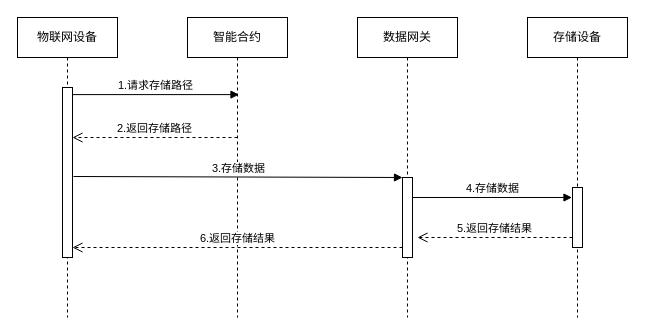
This is 基于区块链的物联网数据扩容存储方法、系统及计算设备-时序图.drawio from ForLina/sxc_contract, a draw.io file, before an edit. Source tidied: cells renumbered, new cells numbered last; positions are measured from the earlier drawing's top-left corner, leaving out a move shared by most shapes. Both pictures are drawn from the tidied source at 100%, with x=0, y=0 at pixel (17, 17).
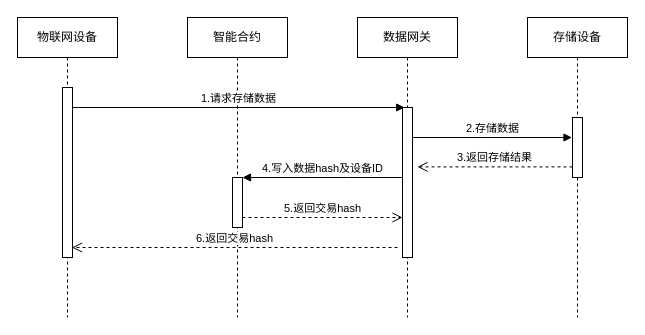
The same page after the edit.

Commit message:
更新基于区块链的物联网数据扩容存储方法、系统及计算设备-时序图.drawio

The change refers to these unchanged cells:
```xml
<mxCell id="3" style="html=1;points=[[0,0,0,0,5],[0,1,0,0,-5],[1,0,0,0,5],[1,1,0,0,-5]];perimeter=orthogonalPerimeter;outlineConnect=0;targetShapes=umlLifeline;portConstraint=eastwest;newEdgeStyle={&quot;curved&quot;:0,&quot;rounded&quot;:0};" parent="2" vertex="1">
  <mxGeometry x="45" y="70" width="10" height="170" as="geometry" />
</mxCell>
<mxCell id="4" value="智能合约" style="shape=umlLifeline;perimeter=lifelinePerimeter;whiteSpace=wrap;html=1;outlineConnect=0;portConstraint=eastwest;newEdgeStyle={&quot;curved&quot;:0,&quot;rounded&quot;:0};" parent="1" vertex="1">
  <mxGeometry x="170" width="100" height="300" as="geometry" />
</mxCell>
<mxCell id="5" value="数据网关" style="shape=umlLifeline;perimeter=lifelinePerimeter;whiteSpace=wrap;html=1;newEdgeStyle={&quot;curved&quot;:0,&quot;rounded&quot;:0};" parent="1" vertex="1">
  <mxGeometry x="340" width="100" height="300" as="geometry" />
</mxCell>
<mxCell id="7" value="存储设备" style="shape=umlLifeline;perimeter=lifelinePerimeter;whiteSpace=wrap;html=1;newEdgeStyle={&quot;curved&quot;:0,&quot;rounded&quot;:0};" parent="1" vertex="1">
  <mxGeometry x="510" width="100" height="300" as="geometry" />
</mxCell>
```

The edit, as a diff of the source:
```diff
@@
+    <mxCell id="15" style="html=1;points=[[0,0,0,0,5],[0,1,0,0,-5],[1,0,0,0,5],[1,1,0,0,-5]];perimeter=orthogonalPerimeter;outlineConnect=0;targetShapes=umlLifeline;portConstraint=eastwest;newEdgeStyle={&quot;curved&quot;:0,&quot;rounded&quot;:0};" parent="4" vertex="1">
+      <mxGeometry x="45" y="160" width="10" height="50" as="geometry" />
+    </mxCell>
@@
     <mxCell id="6" style="html=1;points=[[0,0,0,0,5],[0,1,0,0,-5],[1,0,0,0,5],[1,1,0,0,-5]];perimeter=orthogonalPerimeter;outlineConnect=0;targetShapes=umlLifeline;portConstraint=eastwest;newEdgeStyle={&quot;curved&quot;:0,&quot;rounded&quot;:0};" parent="5" vertex="1">
-      <mxGeometry x="45" y="160" width="10" height="80" as="geometry" />
+      <mxGeometry x="45" y="90" width="10" height="150" as="geometry" />
     </mxCell>
@@
     <mxCell id="8" style="html=1;perimeter=orthogonalPerimeter;targetShapes=umlLifeline;newEdgeStyle={&quot;curved&quot;:0,&quot;rounded&quot;:0};" parent="7" vertex="1">
-      <mxGeometry x="45" y="170" width="10" height="60" as="geometry" />
+      <mxGeometry x="45" y="100" width="10" height="60" as="geometry" />
     </mxCell>
-    <mxCell id="9" value="1.请求存储路径" style="html=1;verticalAlign=bottom;endArrow=block;curved=0;rounded=0;entryX=0.515;entryY=0.257;entryDx=0;entryDy=0;entryPerimeter=0;" parent="1" edge="1" source="3" target="4">
-      <mxGeometry relative="1" as="geometry" />
+    <mxCell id="9" value="1.请求存储数据" style="html=1;verticalAlign=bottom;endArrow=block;curved=0;rounded=0;" parent="1" edge="1" source="3">
+      <mxGeometry relative="1" as="geometry">
+        <mxPoint x="387.2" y="90" as="targetPoint" />
+      </mxGeometry>
     </mxCell>
-    <mxCell id="10" value="2.返回存储路径" style="html=1;verticalAlign=bottom;endArrow=open;dashed=1;endSize=8;curved=0;rounded=0;exitX=1;exitY=1;exitDx=0;exitDy=-5;" parent="1" edge="1" target="3">
-      <mxGeometry relative="1" as="geometry">
-        <mxPoint x="220" y="120" as="sourcePoint" />
-      </mxGeometry>
-    </mxCell>
-    <mxCell id="11" value="3.存储数据" style="html=1;verticalAlign=bottom;endArrow=block;curved=0;rounded=0;" parent="1" edge="1" target="6">
-      <mxGeometry relative="1" as="geometry">
-        <mxPoint x="56" y="159" as="sourcePoint" />
-      </mxGeometry>
-    </mxCell>
-    <mxCell id="12" value="4.存储数据" style="html=1;verticalAlign=bottom;endArrow=block;curved=0;rounded=0;" parent="1" edge="1">
+    <mxCell id="12" value="2.存储数据" style="html=1;verticalAlign=bottom;endArrow=block;curved=0;rounded=0;" parent="1" edge="1">
       <mxGeometry relative="1" as="geometry">
-        <mxPoint x="395" y="180" as="sourcePoint" />
-        <mxPoint x="554.5" y="180" as="targetPoint" />
+        <mxPoint x="395" y="120" as="sourcePoint" />
+        <mxPoint x="554.5" y="120" as="targetPoint" />
       </mxGeometry>
     </mxCell>
-    <mxCell id="13" value="5.返回存储结果" style="html=1;verticalAlign=bottom;endArrow=open;dashed=1;endSize=8;curved=0;rounded=0;exitX=1;exitY=1;exitDx=0;exitDy=-5;" parent="1" edge="1">
+    <mxCell id="13" value="3.返回存储结果" style="html=1;verticalAlign=bottom;endArrow=open;dashed=1;endSize=8;curved=0;rounded=0;exitX=1;exitY=1;exitDx=0;exitDy=-5;" parent="1" edge="1">
       <mxGeometry relative="1" as="geometry">
-        <mxPoint x="555" y="220" as="sourcePoint" />
-        <mxPoint x="400" y="220" as="targetPoint" />
+        <mxPoint x="555" y="149.4" as="sourcePoint" />
+        <mxPoint x="400" y="149.4" as="targetPoint" />
       </mxGeometry>
     </mxCell>
-    <mxCell id="14" value="6.返回存储结果" style="html=1;verticalAlign=bottom;endArrow=open;dashed=1;endSize=8;curved=0;rounded=0;exitX=1;exitY=1;exitDx=0;exitDy=-5;" parent="1" edge="1" target="3">
-      <mxGeometry relative="1" as="geometry">
-        <mxPoint x="385" y="230" as="sourcePoint" />
-      </mxGeometry>
-    </mxCell>
+    <mxCell id="16" value="4.写入数据hash及设备ID" style="html=1;verticalAlign=bottom;endArrow=block;curved=0;rounded=0;" parent="1" edge="1">
+      <mxGeometry relative="1" as="geometry">
+        <mxPoint x="385" y="160" as="sourcePoint" />
+        <mxPoint x="225" y="160" as="targetPoint" />
+        <Array as="points">
+          <mxPoint x="330" y="160" />
+        </Array>
+      </mxGeometry>
+    </mxCell>
+    <mxCell id="17" value="5.返回交易hash" style="html=1;verticalAlign=bottom;endArrow=open;dashed=1;endSize=8;curved=0;rounded=0;" parent="1" edge="1" source="15">
+      <mxGeometry relative="1" as="geometry">
+        <mxPoint x="385" y="200" as="targetPoint" />
+      </mxGeometry>
+    </mxCell>
+    <mxCell id="18" value="6.返回交易hash" style="html=1;verticalAlign=bottom;endArrow=open;dashed=1;endSize=8;curved=0;rounded=0;" parent="1" edge="1">
+      <mxGeometry relative="1" as="geometry">
+        <mxPoint x="380" y="230" as="sourcePoint" />
+        <mxPoint x="54.5" y="230" as="targetPoint" />
+      </mxGeometry>
+    </mxCell>
```
